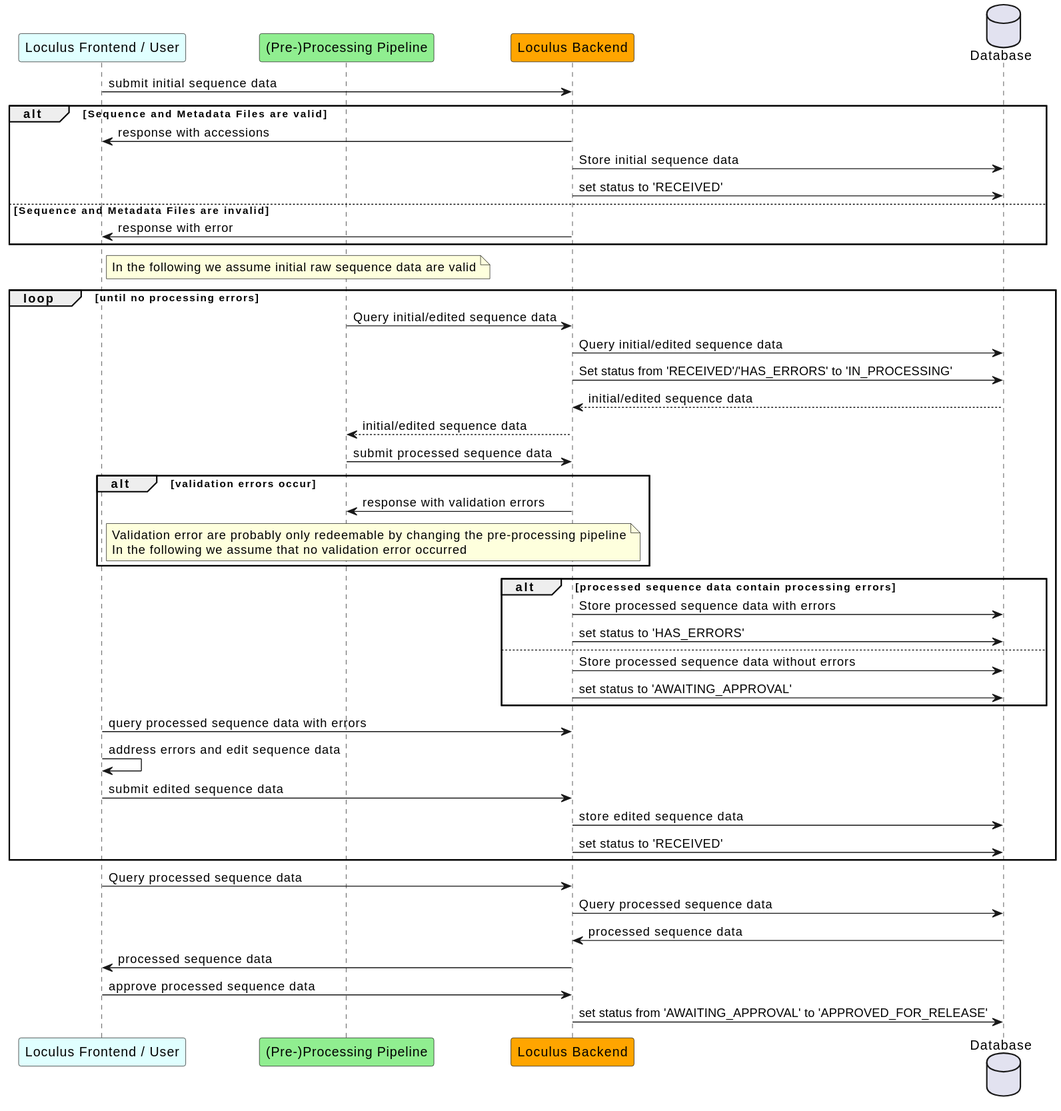
loculus-project/loculus keeps this PlantUML diagram as backend/docs/plantuml/sequenceInitialSubmission.svg. Above is the earlier version.
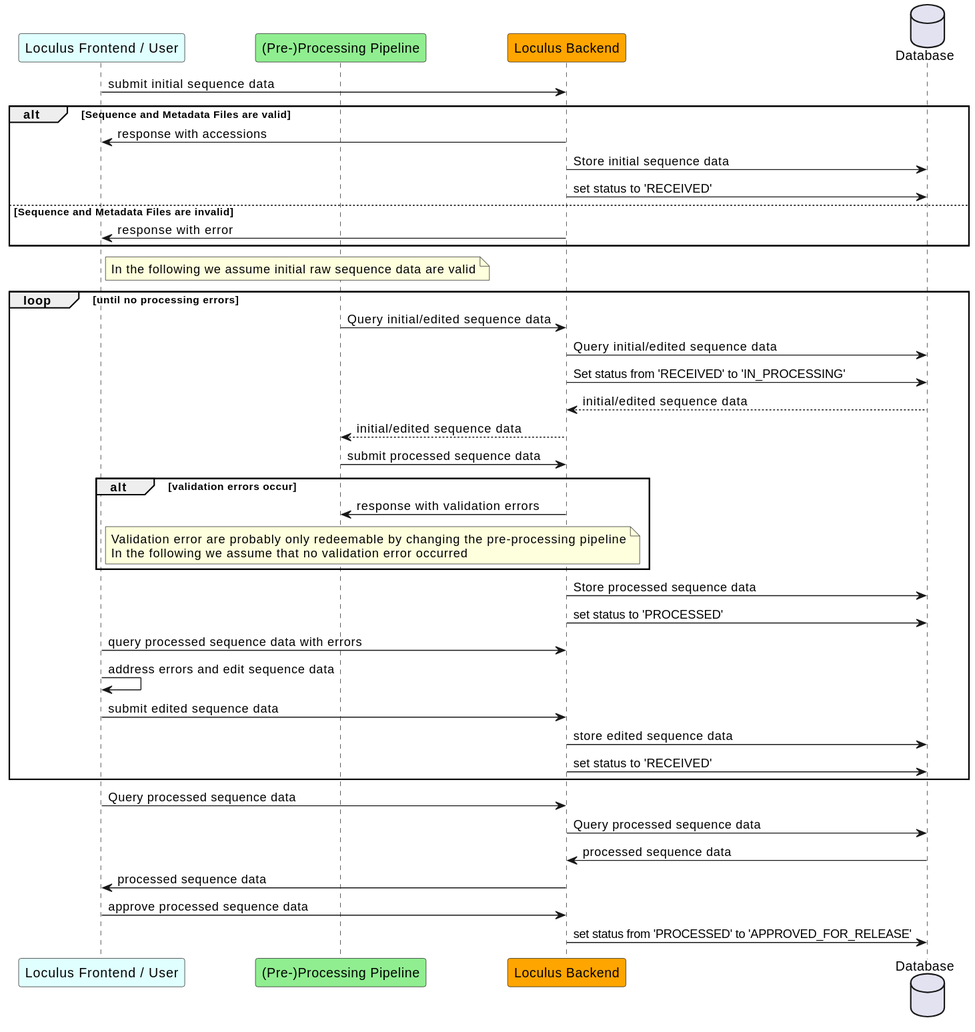
Later version of the same file.

What changed in the source:
```diff
@@ -21,7 +21,7 @@
 
         processing -> backend: Query initial/edited sequence data
         backend -> DB: Query initial/edited sequence data
-        backend -> DB: Set status from 'RECEIVED'/'HAS_ERRORS' to 'IN_PROCESSING'
+        backend -> DB: Set status from 'RECEIVED' to 'IN_PROCESSING'
         DB --> backend: initial/edited sequence data
         backend --> processing: initial/edited sequence data
 
@@ -34,14 +34,10 @@
                end note
         end loop
 
-        alt processed sequence data contain processing errors
-            backend -> DB: Store processed sequence data with errors
-            backend -> DB: set status to 'HAS_ERRORS'
-        else
-            backend -> DB: Store processed sequence data without errors
-            backend -> DB: set status to 'AWAITING_APPROVAL'
-        end
-         frontend -> backend: query processed sequence data with errors
+        backend -> DB: Store processed sequence data
+        backend -> DB: set status to 'PROCESSED'
+
+        frontend -> backend: query processed sequence data with errors
         frontend -> frontend: address errors and edit sequence data
 
         frontend -> backend: submit edited sequence data
@@ -56,5 +52,5 @@
     backend -> frontend: processed sequence data
 
     frontend -> backend: approve processed sequence data
-    backend -> DB: set status from 'AWAITING_APPROVAL' to 'APPROVED_FOR_RELEASE'
+    backend -> DB: set status from 'PROCESSED' to 'APPROVED_FOR_RELEASE'
 @enduml
```
